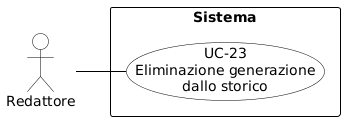
Earlier version of the PlantUML export RTB/Analisi dei Requisiti/diagrammi_use_case/UC-23.png (aLittleByte-19/Documentazione).
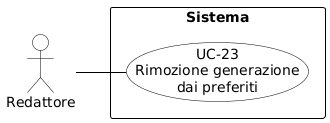
Above is the later version.

The edit, as a diff of the source:
```diff
@@ -19,11 +19,11 @@
     FontStyle bold
 }
 
-actor "Redattore" as R
+actor "Redattore" as redattore
 
 rectangle "Sistema" {
-    usecase "UC-23\nEliminazione generazione\ndallo storico" as UC23
+    usecase "UC-23\nRimozione generazione\ndai preferiti" as UC23
 }
 
-R -- UC23
+redattore -- UC23
 @enduml
```
